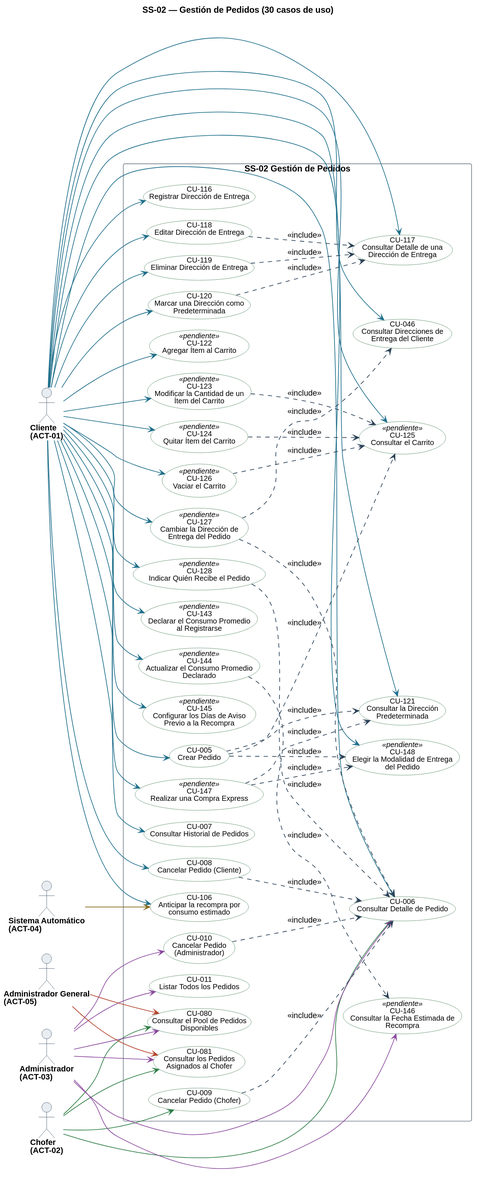
The PlantUML diagram diagramas/uml/CU_SS-02_Gestion-De-Pedidos.svg in Nahuelito-Dev/splg-docs, before a commit.
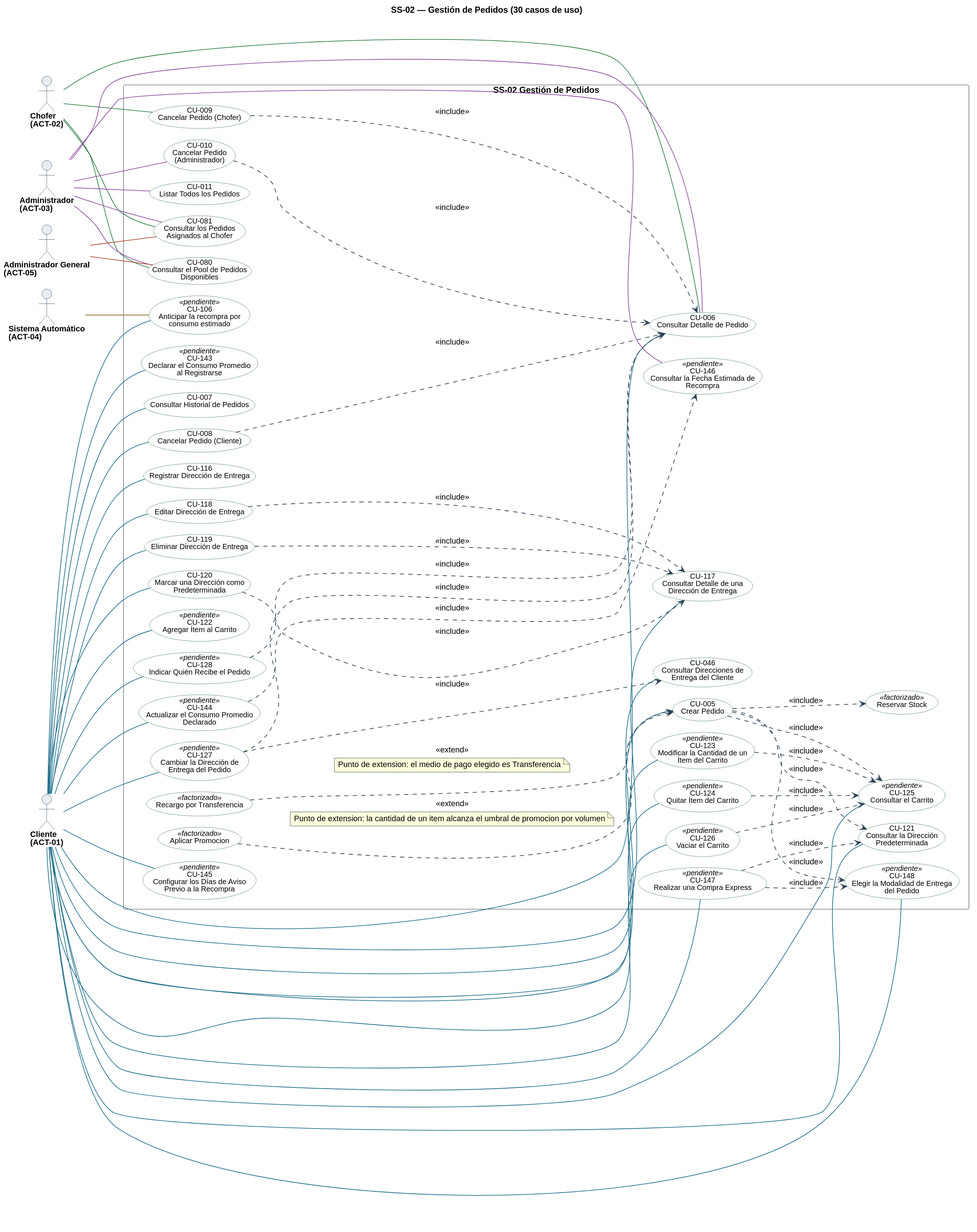
The same diagram one commit later.

Change to the diagram source:
```diff
@@ -30,6 +30,8 @@
 skinparam usecase {
   BorderColor<<pendiente>> #9C4436
   BackgroundColor<<pendiente>> #F6E4E1
+  BorderColor<<factorizado>> #6B7683
+  BackgroundColor<<factorizado>> #F2F4F6
 }
 
 actor "Cliente\n(ACT-01)" as A01
@@ -49,7 +51,7 @@
   usecase "CU-046\nConsultar Direcciones de\nEntrega del Cliente" as U046 #back:FFFFFF;line:3F7A50
   usecase "CU-080\nConsultar el Pool de Pedidos\nDisponibles" as U080 #back:FFFFFF;line:3F7A50
   usecase "CU-081\nConsultar los Pedidos\nAsignados al Chofer" as U081 #back:FFFFFF;line:3F7A50
-  usecase "CU-106\nAnticipar la recompra por\nconsumo estimado" as U106 #back:FFFFFF;line:3F7A50
+  usecase "CU-106\nAnticipar la recompra por\nconsumo estimado" as U106 <<pendiente>> #back:FFFFFF;line:3F7A50
   usecase "CU-116\nRegistrar Dirección de Entrega" as U116 #back:FFFFFF;line:3F7A50
   usecase "CU-117\nConsultar Detalle de una\nDirección de Entrega" as U117 #back:FFFFFF;line:3F7A50
   usecase "CU-118\nEditar Dirección de Entrega" as U118 #back:FFFFFF;line:3F7A50
@@ -69,45 +71,48 @@
   usecase "CU-146\nConsultar la Fecha Estimada de\nRecompra" as U146 <<pendiente>> #back:FFFFFF;line:3F7A50
   usecase "CU-147\nRealizar una Compra Express" as U147 <<pendiente>> #back:FFFFFF;line:3F7A50
   usecase "CU-148\nElegir la Modalidad de Entrega\ndel Pedido" as U148 <<pendiente>> #back:FFFFFF;line:3F7A50
+  usecase "Aplicar Promocion" as F_PROMO <<factorizado>> #back:FFFFFF;line:3F7A50
+  usecase "Recargo por Transferencia" as F_RECAR <<factorizado>> #back:FFFFFF;line:3F7A50
+  usecase "Reservar Stock" as F_STOCK <<factorizado>> #back:FFFFFF;line:3F7A50
 }
 
-A01 -[#1F6F8B]-> U005
-A01 -[#1F6F8B]-> U006
-A01 -[#1F6F8B]-> U007
-A01 -[#1F6F8B]-> U008
-A01 -[#1F6F8B]-> U046
-A01 -[#1F6F8B]-> U106
-A01 -[#1F6F8B]-> U116
-A01 -[#1F6F8B]-> U117
-A01 -[#1F6F8B]-> U118
-A01 -[#1F6F8B]-> U119
-A01 -[#1F6F8B]-> U120
-A01 -[#1F6F8B]-> U121
-A01 -[#1F6F8B]-> U122
-A01 -[#1F6F8B]-> U123
-A01 -[#1F6F8B]-> U124
-A01 -[#1F6F8B]-> U125
-A01 -[#1F6F8B]-> U126
-A01 -[#1F6F8B]-> U127
-A01 -[#1F6F8B]-> U128
-A01 -[#1F6F8B]-> U143
-A01 -[#1F6F8B]-> U144
-A01 -[#1F6F8B]-> U145
-A01 -[#1F6F8B]-> U147
-A01 -[#1F6F8B]-> U148
-A02 -[#2E7D46]-> U006
-A02 -[#2E7D46]-> U009
-A02 -[#2E7D46]-> U080
-A02 -[#2E7D46]-> U081
-A03 -[#8C4A9E]-> U006
-A03 -[#8C4A9E]-> U010
-A03 -[#8C4A9E]-> U011
-A03 -[#8C4A9E]-> U080
-A03 -[#8C4A9E]-> U081
-A03 -[#8C4A9E]-> U146
-A04 -[#8A6D1F]-> U106
-A05 -[#B4432B]-> U080
-A05 -[#B4432B]-> U081
+A01 -[#1F6F8B]- U005
+A01 -[#1F6F8B]- U006
+A01 -[#1F6F8B]- U007
+A01 -[#1F6F8B]- U008
+A01 -[#1F6F8B]- U046
+A01 -[#1F6F8B]- U106
+A01 -[#1F6F8B]- U116
+A01 -[#1F6F8B]- U117
+A01 -[#1F6F8B]- U118
+A01 -[#1F6F8B]- U119
+A01 -[#1F6F8B]- U120
+A01 -[#1F6F8B]- U121
+A01 -[#1F6F8B]- U122
+A01 -[#1F6F8B]- U123
+A01 -[#1F6F8B]- U124
+A01 -[#1F6F8B]- U125
+A01 -[#1F6F8B]- U126
+A01 -[#1F6F8B]- U127
+A01 -[#1F6F8B]- U128
+A01 -[#1F6F8B]- U143
+A01 -[#1F6F8B]- U144
+A01 -[#1F6F8B]- U145
+A01 -[#1F6F8B]- U147
+A01 -[#1F6F8B]- U148
+A02 -[#2E7D46]- U006
+A02 -[#2E7D46]- U009
+A02 -[#2E7D46]- U080
+A02 -[#2E7D46]- U081
+A03 -[#8C4A9E]- U006
+A03 -[#8C4A9E]- U010
+A03 -[#8C4A9E]- U011
+A03 -[#8C4A9E]- U080
+A03 -[#8C4A9E]- U081
+A03 -[#8C4A9E]- U146
+A04 -[#8A6D1F]- U106
+A05 -[#B4432B]- U080
+A05 -[#B4432B]- U081
 
 U005 ..> U125 : <<include>>
 U005 ..> U121 : <<include>>
@@ -127,4 +132,14 @@
 U127 ..> U046 : <<include>>
 U127 ..> U006 : <<include>>
 U128 ..> U006 : <<include>>
+U005 ..> F_STOCK : <<include>>
+
+F_PROMO ..> U005 : <<extend>>
+note on link
+  Punto de extension: la cantidad de un item alcanza el umbral de promocion por volumen
+end note
+F_RECAR ..> U005 : <<extend>>
+note on link
+  Punto de extension: el medio de pago elegido es Transferencia
+end note
 @enduml
```
